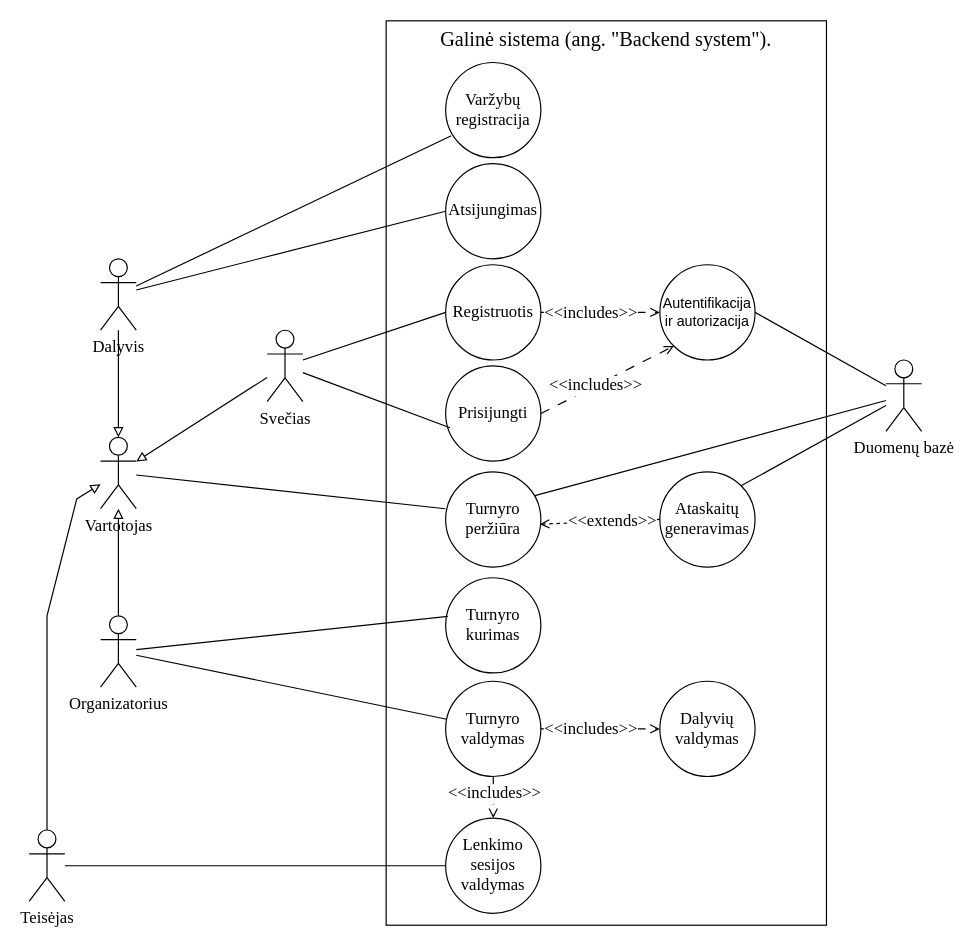
This is page "Page-1" (1 of 9) of Untitled Diagram.drawio from rytuks1337/realizacija, a draw.io file, before an edit. Source tidied: cells renumbered, new cells numbered last; positions are measured from the earlier drawing's top-left corner, leaving out a move shared by most shapes. Both pictures are drawn from the tidied source at 119%, with x=0, y=0 at pixel (29, 20).
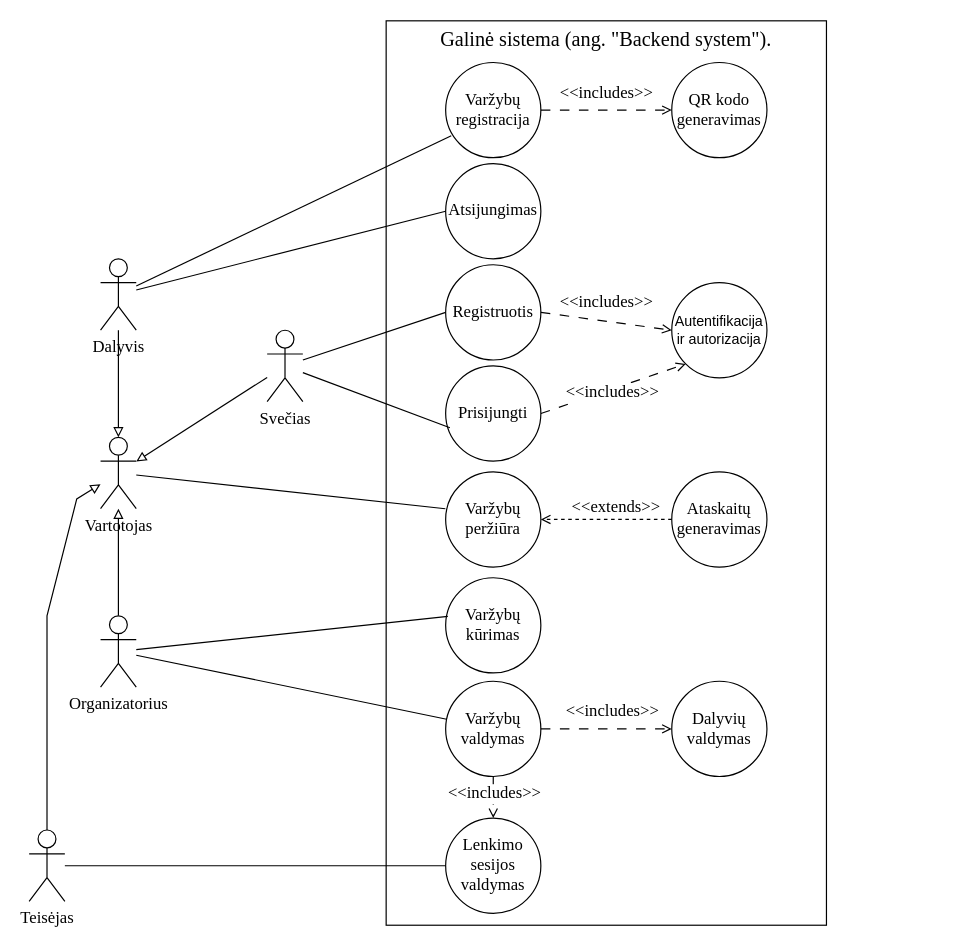
After the change.

The change refers to these unchanged cells:
```xml
<mxCell id="29" style="rounded=0;jettySize=auto;html=1;entryX=0;entryY=0.5;entryDx=0;entryDy=0;dashed=1;dashPattern=8 8;endArrow=open;endFill=0;fontFamily=Times New Roman;fontSize=14;exitX=1;exitY=0.5;exitDx=0;exitDy=0;" parent="1" edge="1" source="5" target="27">
  <mxGeometry relative="1" as="geometry" />
</mxCell>
<mxCell id="31" style="rounded=0;jettySize=auto;html=1;entryX=0;entryY=1;entryDx=0;entryDy=0;dashed=1;dashPattern=8 8;endArrow=open;endFill=0;fontFamily=Times New Roman;fontSize=14;exitX=1;exitY=0.5;exitDx=0;exitDy=0;" parent="1" edge="1" source="6" target="27">
  <mxGeometry relative="1" as="geometry" />
</mxCell>
<mxCell id="40" style="rounded=0;jettySize=auto;html=1;entryX=0;entryY=0.5;entryDx=0;entryDy=0;dashed=1;dashPattern=8 8;endArrow=open;endFill=0;fontFamily=Times New Roman;fontSize=14;exitX=1;exitY=0.5;exitDx=0;exitDy=0;" parent="1" edge="1" source="12" target="39">
  <mxGeometry relative="1" as="geometry" />
</mxCell>
<mxCell id="43" value="Varžybų registracija" style="ellipse;whiteSpace=wrap;html=1;fontFamily=Times New Roman;fontSize=14;" parent="1" vertex="1">
  <mxGeometry x="350" y="35" width="80" height="80" as="geometry" />
</mxCell>
```

Diff of the diagram source:
```diff
@@
-    <mxCell id="7" value="Turnyro kurimas" style="ellipse;whiteSpace=wrap;html=1;fontFamily=Times New Roman;fontSize=14;" parent="1" vertex="1">
+    <mxCell id="7" value="Varžybų kūrimas" style="ellipse;whiteSpace=wrap;html=1;fontFamily=Times New Roman;fontSize=14;" parent="1" vertex="1">
       <mxGeometry x="350" y="468" width="80" height="80" as="geometry" />
     </mxCell>
@@
-    <mxCell id="12" value="Turnyro valdymas" style="ellipse;whiteSpace=wrap;html=1;fontFamily=Times New Roman;fontSize=14;" parent="1" vertex="1">
+    <mxCell id="12" value="Varžybų valdymas" style="ellipse;whiteSpace=wrap;html=1;fontFamily=Times New Roman;fontSize=14;" parent="1" vertex="1">
       <mxGeometry x="350" y="555" width="80" height="80" as="geometry" />
     </mxCell>
-    <mxCell id="13" value="Turnyro peržiūra" style="ellipse;whiteSpace=wrap;html=1;fontFamily=Times New Roman;fontSize=14;" parent="1" vertex="1">
+    <mxCell id="13" value="Varžybų peržiūra" style="ellipse;whiteSpace=wrap;html=1;fontFamily=Times New Roman;fontSize=14;" parent="1" vertex="1">
       <mxGeometry x="350" y="379" width="80" height="80" as="geometry" />
     </mxCell>
@@
-    <mxCell id="19" value="Duomenų bazė" style="shape=umlActor;verticalLabelPosition=bottom;verticalAlign=top;html=1;outlineConnect=0;fontFamily=Times New Roman;fontSize=14;" parent="1" vertex="1">
-      <mxGeometry x="720" y="285" width="30" height="60" as="geometry" />
-    </mxCell>
@@
     <mxCell id="23" value="&lt;font style=&quot;font-size: 14px;&quot;&gt;Ataskaitų generavimas&lt;br style=&quot;font-size: 14px;&quot;&gt;&lt;/font&gt;" style="ellipse;whiteSpace=wrap;html=1;fontFamily=Times New Roman;fontSize=14;" parent="1" vertex="1">
-      <mxGeometry x="530" y="379" width="80" height="80" as="geometry" />
+      <mxGeometry x="540" y="379" width="80" height="80" as="geometry" />
     </mxCell>
-    <mxCell id="24" style="rounded=0;jettySize=auto;html=1;entryX=0.989;entryY=0.55;entryDx=0;entryDy=0;dashed=1;endArrow=open;endFill=0;fontFamily=Times New Roman;fontSize=14;exitX=0;exitY=0.5;exitDx=0;exitDy=0;entryPerimeter=0;" parent="1" edge="1" source="23" target="13">
+    <mxCell id="24" style="rounded=0;jettySize=auto;html=1;entryX=1;entryY=0.5;entryDx=0;entryDy=0;dashed=1;endArrow=open;endFill=0;fontFamily=Times New Roman;fontSize=14;exitX=0;exitY=0.5;exitDx=0;exitDy=0;" parent="1" edge="1" source="23" target="13">
       <mxGeometry relative="1" as="geometry" />
     </mxCell>
     <mxCell id="25" value="&amp;lt;&amp;lt;extends&amp;gt;&amp;gt;" style="edgeLabel;html=1;align=center;verticalAlign=middle;fontFamily=Times New Roman;fontSize=14;" parent="24" vertex="1">
-      <mxGeometry x="-0.18" relative="1" as="geometry" />
+      <mxGeometry x="-0.18" relative="1" as="geometry">
+        <mxPoint x="-3" y="-11" as="offset" />
+      </mxGeometry>
     </mxCell>
-    <mxCell id="26" style="rounded=0;jettySize=auto;html=1;endArrow=none;endFill=0;fontFamily=Times New Roman;fontSize=14;exitX=1;exitY=0;exitDx=0;exitDy=0;" parent="1" edge="1" source="23" target="19">
-      <mxGeometry relative="1" as="geometry" />
-    </mxCell>
     <mxCell id="27" value="Autentifikacija ir autorizacija" style="ellipse;whiteSpace=wrap;html=1;" parent="1" vertex="1">
-      <mxGeometry x="530" y="205" width="80" height="80" as="geometry" />
+      <mxGeometry x="540" y="220" width="80" height="80" as="geometry" />
     </mxCell>
-    <mxCell id="28" style="rounded=0;jettySize=auto;html=1;endArrow=none;endFill=0;fontFamily=Times New Roman;fontSize=14;exitX=1;exitY=0.5;exitDx=0;exitDy=0;" parent="1" edge="1" source="27" target="19">
-      <mxGeometry relative="1" as="geometry" />
-    </mxCell>
@@
     <mxCell id="30" value="&amp;lt;&amp;lt;includes&amp;gt;&amp;gt;" style="edgeLabel;html=1;align=center;verticalAlign=middle;fontFamily=Times New Roman;fontSize=14;" parent="29" vertex="1">
-      <mxGeometry x="-0.18" relative="1" as="geometry" />
+      <mxGeometry x="-0.18" relative="1" as="geometry">
+        <mxPoint x="9" y="-15" as="offset" />
+      </mxGeometry>
     </mxCell>
@@
     <mxCell id="32" value="&amp;lt;&amp;lt;includes&amp;gt;&amp;gt;" style="edgeLabel;html=1;align=center;verticalAlign=middle;fontFamily=Times New Roman;fontSize=14;" parent="31" vertex="1">
-      <mxGeometry x="-0.18" relative="1" as="geometry" />
+      <mxGeometry x="-0.18" relative="1" as="geometry">
+        <mxPoint x="9" as="offset" />
+      </mxGeometry>
     </mxCell>
@@
-    <mxCell id="34" style="rounded=0;jettySize=auto;html=1;endArrow=none;endFill=0;fontFamily=Times New Roman;fontSize=14;exitX=0.938;exitY=0.25;exitDx=0;exitDy=0;exitPerimeter=0;" parent="1" edge="1" source="13" target="19">
-      <mxGeometry relative="1" as="geometry" />
-    </mxCell>
@@
     <mxCell id="39" value="Dalyvių valdymas" style="ellipse;whiteSpace=wrap;html=1;fontFamily=Times New Roman;fontSize=14;" parent="1" vertex="1">
-      <mxGeometry x="530" y="555" width="80" height="80" as="geometry" />
+      <mxGeometry x="540" y="555" width="80" height="80" as="geometry" />
     </mxCell>
@@
     <mxCell id="41" value="&amp;lt;&amp;lt;includes&amp;gt;&amp;gt;" style="edgeLabel;html=1;align=center;verticalAlign=middle;fontFamily=Times New Roman;fontSize=14;" parent="40" vertex="1">
-      <mxGeometry x="-0.18" relative="1" as="geometry" />
+      <mxGeometry x="-0.18" relative="1" as="geometry">
+        <mxPoint x="14" y="-15" as="offset" />
+      </mxGeometry>
     </mxCell>
@@
+    <mxCell id="45" value="QR kodo generavimas" style="ellipse;whiteSpace=wrap;html=1;fontFamily=Times New Roman;fontSize=14;" parent="1" vertex="1">
+      <mxGeometry x="540" y="35" width="80" height="80" as="geometry" />
+    </mxCell>
+    <mxCell id="46" style="rounded=0;jettySize=auto;html=1;entryX=0;entryY=0.5;entryDx=0;entryDy=0;dashed=1;dashPattern=8 8;endArrow=open;endFill=0;fontFamily=Times New Roman;fontSize=14;exitX=1;exitY=0.5;exitDx=0;exitDy=0;" parent="1" edge="1" source="43" target="45">
+      <mxGeometry relative="1" as="geometry" />
+    </mxCell>
+    <mxCell id="47" value="&amp;lt;&amp;lt;includes&amp;gt;&amp;gt;" style="edgeLabel;html=1;align=center;verticalAlign=middle;fontFamily=Times New Roman;fontSize=14;" parent="46" vertex="1">
+      <mxGeometry x="-0.18" relative="1" as="geometry">
+        <mxPoint x="9" y="-15" as="offset" />
+      </mxGeometry>
+    </mxCell>
```
